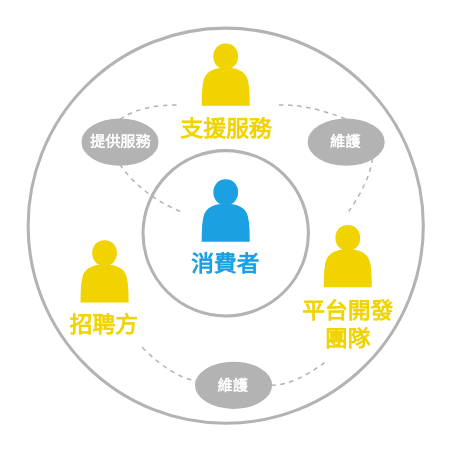
Above: page "第 1 页" (1 of 10) of 利害關係人網路.drawio in xinyingkuo/softwareRequirements (draw.io), before the change. Source tidied: cells renumbered, new cells numbered last; positions are measured from the earlier drawing's top-left corner, leaving out a move shared by most shapes. Both pictures are drawn from the tidied source at 152%, with x=0, y=0 at pixel (27, 27).
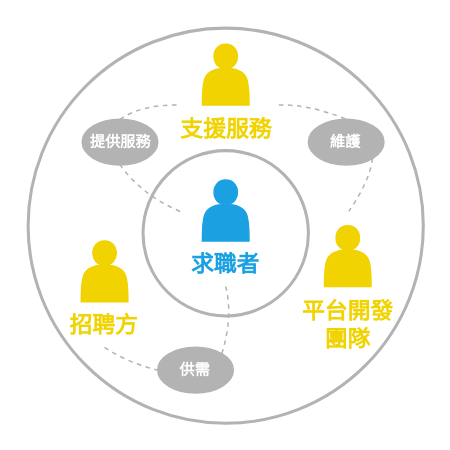
Above is the later version.

The change refers to these unchanged cells:
```xml
<mxCell id="9" value="&lt;font color=&quot;#f0d300&quot;&gt;招聘方&lt;/font&gt;" style="text;html=1;align=center;verticalAlign=middle;whiteSpace=wrap;rounded=0;fontStyle=1;fontSize=15;fontColor=#1BA1E2;" parent="1" vertex="1">
  <mxGeometry x="15.3" y="180" width="70" height="30" as="geometry" />
</mxCell>
```

Diff of the diagram source:
```diff
@@
-    <mxCell id="5" value="消費者" style="text;html=1;align=center;verticalAlign=middle;whiteSpace=wrap;rounded=0;fontStyle=1;fontSize=15;fontColor=#1BA1E2;" parent="1" vertex="1">
+    <mxCell id="5" value="求職者" style="text;html=1;align=center;verticalAlign=middle;whiteSpace=wrap;rounded=0;fontStyle=1;fontSize=15;fontColor=#1BA1E2;" parent="1" vertex="1">
       <mxGeometry x="100" y="140" width="60" height="30" as="geometry" />
     </mxCell>
@@
-    <mxCell id="18" style="endArrow=none;dashed=1;html=1;rounded=0;curved=1;strokeColor=#B3B3B3;exitX=1;exitY=0.5;exitDx=0;exitDy=0;" parent="1" edge="1" source="20">
+    <mxCell id="18" style="endArrow=none;dashed=1;html=1;rounded=0;curved=1;strokeColor=#B3B3B3;exitX=1;exitY=0;exitDx=0;exitDy=0;entryX=0.5;entryY=1;entryDx=0;entryDy=0;" parent="1" edge="1" source="20" target="5">
       <mxGeometry relative="1" as="geometry">
-        <mxPoint x="195" y="220" as="targetPoint" />
         <Array as="points">
-          <mxPoint x="175" y="235" />
+          <mxPoint x="135" y="190" />
         </Array>
       </mxGeometry>
     </mxCell>
-    <mxCell id="19" style="endArrow=none;dashed=1;html=1;rounded=0;curved=1;strokeColor=#B3B3B3;" parent="1" edge="1" target="20">
+    <mxCell id="19" style="endArrow=none;dashed=1;html=1;rounded=0;curved=1;strokeColor=#B3B3B3;exitX=0.5;exitY=1;exitDx=0;exitDy=0;entryX=0;entryY=0.5;entryDx=0;entryDy=0;" parent="1" edge="1" source="9" target="20">
       <mxGeometry relative="1" as="geometry">
-        <mxPoint x="75" y="210" as="sourcePoint" />
         <Array as="points">
-          <mxPoint x="95" y="230" />
+          <mxPoint x="65" y="220" />
         </Array>
       </mxGeometry>
     </mxCell>
-    <mxCell id="20" value="&lt;font color=&quot;#ffffff&quot; size=&quot;1&quot;&gt;&lt;b style=&quot;&quot;&gt;維護&lt;/b&gt;&lt;/font&gt;" style="ellipse;whiteSpace=wrap;html=1;strokeColor=#B3B3B3;fillColor=#B3B3B3;" parent="1" vertex="1">
-      <mxGeometry x="110.3" y="220" width="49.7" height="30" as="geometry" />
+    <mxCell id="20" value="&lt;font color=&quot;#ffffff&quot; size=&quot;1&quot;&gt;&lt;b style=&quot;&quot;&gt;供需&lt;/b&gt;&lt;/font&gt;" style="ellipse;whiteSpace=wrap;html=1;strokeColor=#B3B3B3;fillColor=#B3B3B3;" parent="1" vertex="1">
+      <mxGeometry x="85.3" y="210" width="49.7" height="30" as="geometry" />
     </mxCell>
```
